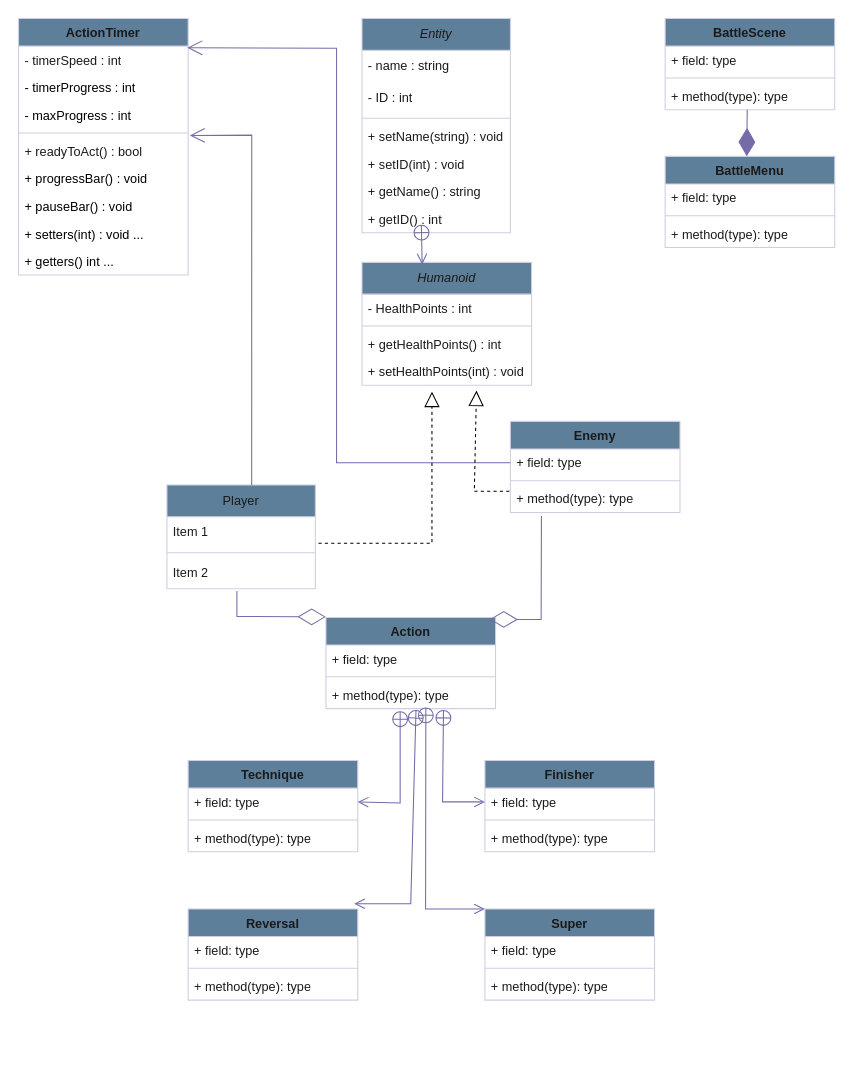
Above: Diagrams/Cerberus_Class_Diagram.drawio in Mickael723/Project-Cerberus (draw.io), before the change. Source tidied: cells renumbered, new cells numbered last; positions are measured from the earlier drawing's top-left corner, leaving out a move shared by most shapes. Both pictures are drawn from the tidied source at 106%, with x=0, y=0 at pixel (18, 18).
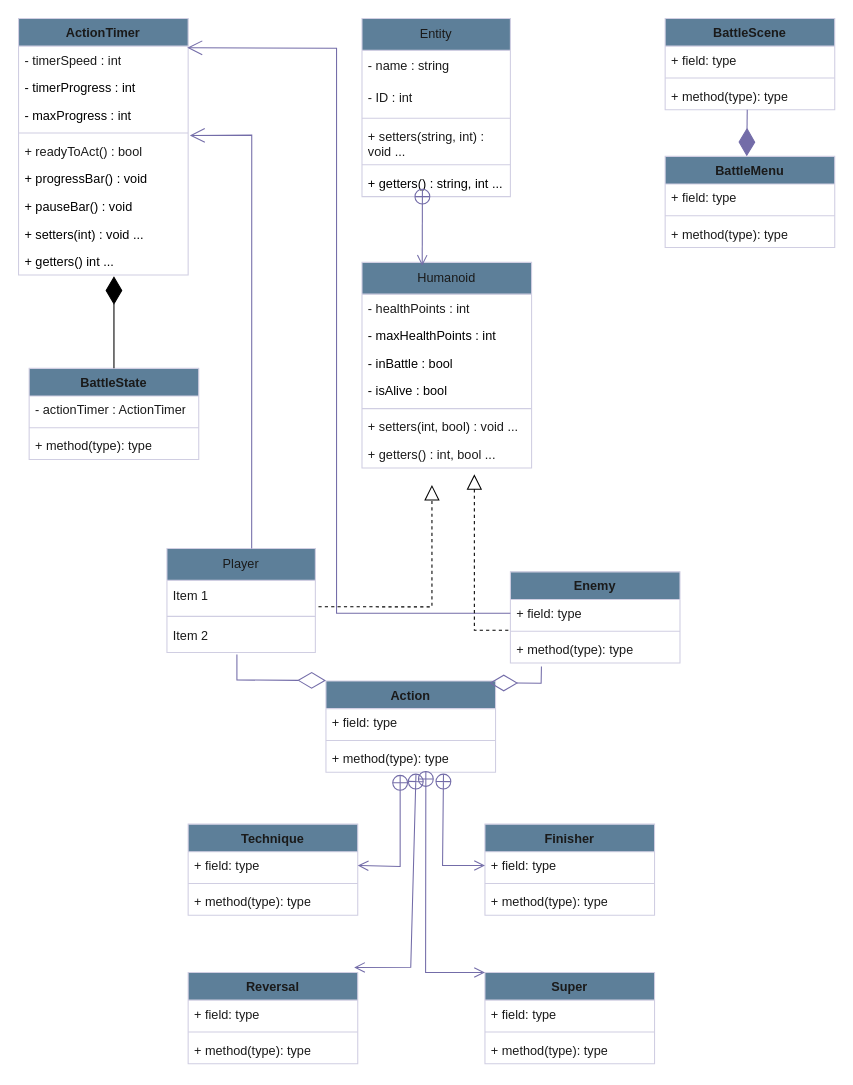
After the change.

Unchanged cells that the change refers to:
```xml
<mxCell id="16" value="Item 1" style="text;strokeColor=none;fillColor=none;align=left;verticalAlign=middle;spacingLeft=4;spacingRight=4;overflow=hidden;points=[[0,0.5],[1,0.5]];portConstraint=eastwest;whiteSpace=wrap;html=1;labelBackgroundColor=none;fontColor=#1A1A1A;" parent="15" vertex="1">
  <mxGeometry y="30" width="140" height="30" as="geometry" />
</mxCell>
<mxCell id="25" value="+ field: type" style="text;strokeColor=none;fillColor=none;align=left;verticalAlign=top;spacingLeft=4;spacingRight=4;overflow=hidden;points=[[0,0.5],[1,0.5]];portConstraint=eastwest;whiteSpace=wrap;html=1;fontColor=#1A1A1A;" parent="24" vertex="1">
  <mxGeometry y="26" width="160" height="26" as="geometry" />
</mxCell>
<mxCell id="27" value="+ method(type): type" style="text;strokeColor=none;fillColor=none;align=left;verticalAlign=top;spacingLeft=4;spacingRight=4;overflow=hidden;points=[[0,0.5],[1,0.5]];portConstraint=eastwest;whiteSpace=wrap;html=1;fontColor=#1A1A1A;" parent="24" vertex="1">
  <mxGeometry y="60" width="160" height="26" as="geometry" />
</mxCell>
<mxCell id="29" value="- timerSpeed : int&lt;div&gt;&lt;br&gt;&lt;/div&gt;" style="text;strokeColor=none;fillColor=none;align=left;verticalAlign=top;spacingLeft=4;spacingRight=4;overflow=hidden;points=[[0,0.5],[1,0.5]];portConstraint=eastwest;whiteSpace=wrap;html=1;fontColor=#1A1A1A;" parent="28" vertex="1">
  <mxGeometry y="26" width="160" height="26" as="geometry" />
</mxCell>
<mxCell id="41" value="+ method(type): type" style="text;strokeColor=none;fillColor=none;align=left;verticalAlign=top;spacingLeft=4;spacingRight=4;overflow=hidden;points=[[0,0.5],[1,0.5]];portConstraint=eastwest;whiteSpace=wrap;html=1;fontColor=#1A1A1A;" parent="38" vertex="1">
  <mxGeometry y="60" width="160" height="26" as="geometry" />
</mxCell>
<mxCell id="45" value="+ field: type" style="text;strokeColor=none;fillColor=none;align=left;verticalAlign=top;spacingLeft=4;spacingRight=4;overflow=hidden;points=[[0,0.5],[1,0.5]];portConstraint=eastwest;whiteSpace=wrap;html=1;fontColor=#1A1A1A;" parent="44" vertex="1">
  <mxGeometry y="26" width="160" height="26" as="geometry" />
</mxCell>
<mxCell id="49" value="+ field: type" style="text;strokeColor=none;fillColor=none;align=left;verticalAlign=top;spacingLeft=4;spacingRight=4;overflow=hidden;points=[[0,0.5],[1,0.5]];portConstraint=eastwest;whiteSpace=wrap;html=1;fontColor=#1A1A1A;" parent="48" vertex="1">
  <mxGeometry y="26" width="160" height="26" as="geometry" />
</mxCell>
```

Change to the diagram source:
```diff
@@
-    <mxCell id="2" value="&lt;i&gt;Entity&lt;/i&gt;" style="swimlane;fontStyle=0;horizontal=1;startSize=30;whiteSpace=wrap;html=1;labelBackgroundColor=none;fillColor=#5D7F99;strokeColor=#D0CEE2;fontColor=#1A1A1A;" parent="1" vertex="1">
-      <mxGeometry x="324" width="140" height="202" as="geometry" />
+    <mxCell id="2" value="Entity" style="swimlane;fontStyle=0;horizontal=1;startSize=30;whiteSpace=wrap;html=1;labelBackgroundColor=none;fillColor=#5D7F99;strokeColor=#D0CEE2;fontColor=#1A1A1A;" parent="1" vertex="1">
+      <mxGeometry x="324" width="140" height="168" as="geometry" />
     </mxCell>
@@
+    <mxCell id="73" style="line;strokeWidth=1;fillColor=none;align=left;verticalAlign=middle;spacingTop=-1;spacingLeft=3;spacingRight=3;labelPosition=right;strokeColor=inherit;" parent="2" vertex="1">
+      <mxGeometry y="90" width="140" height="8" as="geometry" />
+    </mxCell>
+    <mxCell id="6" value="+ setters(string, int) : void ..." style="text;strokeColor=none;fillColor=none;align=left;verticalAlign=top;spacingLeft=4;spacingRight=4;overflow=hidden;whiteSpace=wrap;html=1;labelBackgroundColor=none;fontColor=#1A1A1A;" parent="2" vertex="1">
+      <mxGeometry y="98" width="140" height="36" as="geometry" />
+    </mxCell>
     <mxCell id="5" style="line;strokeWidth=1;fillColor=none;align=left;verticalAlign=middle;spacingTop=-1;spacingLeft=3;spacingRight=3;labelPosition=right;strokeColor=inherit;fontColor=#1A1A1A;" parent="2" vertex="1">
-      <mxGeometry y="90" width="140" height="8" as="geometry" />
+      <mxGeometry y="134" width="140" height="8" as="geometry" />
     </mxCell>
-    <mxCell id="6" value="+ setName(string) : void" style="text;strokeColor=none;fillColor=none;align=left;verticalAlign=top;spacingLeft=4;spacingRight=4;overflow=hidden;whiteSpace=wrap;html=1;labelBackgroundColor=none;fontColor=#1A1A1A;" parent="2" vertex="1">
-      <mxGeometry y="98" width="140" height="26" as="geometry" />
-    </mxCell>
-    <mxCell id="7" value="+ setID(int) : void" style="text;strokeColor=none;fillColor=none;align=left;verticalAlign=top;spacingLeft=4;spacingRight=4;overflow=hidden;whiteSpace=wrap;html=1;labelBackgroundColor=none;fontColor=#1A1A1A;" parent="2" vertex="1">
-      <mxGeometry y="124" width="140" height="26" as="geometry" />
-    </mxCell>
-    <mxCell id="8" value="+ getName() : string" style="text;strokeColor=none;fillColor=none;align=left;verticalAlign=top;spacingLeft=4;spacingRight=4;overflow=hidden;whiteSpace=wrap;html=1;labelBackgroundColor=none;fontColor=#1A1A1A;" parent="2" vertex="1">
-      <mxGeometry y="150" width="140" height="26" as="geometry" />
-    </mxCell>
-    <mxCell id="9" value="+ getID() : int" style="text;strokeColor=none;fillColor=none;align=left;verticalAlign=top;spacingLeft=4;spacingRight=4;overflow=hidden;whiteSpace=wrap;html=1;labelBackgroundColor=none;fontColor=#1A1A1A;" parent="2" vertex="1">
-      <mxGeometry y="176" width="140" height="26" as="geometry" />
-    </mxCell>
+    <mxCell id="74" value="+ getters() : string, int ..." style="text;strokeColor=none;fillColor=none;align=left;verticalAlign=top;spacingLeft=4;spacingRight=4;overflow=hidden;whiteSpace=wrap;html=1;" parent="2" vertex="1">
+      <mxGeometry y="142" width="140" height="26" as="geometry" />
+    </mxCell>
-    <mxCell id="10" value="&lt;i&gt;Humanoid&lt;/i&gt;" style="swimlane;fontStyle=0;horizontal=1;startSize=30;whiteSpace=wrap;html=1;labelBackgroundColor=none;fillColor=#5D7F99;strokeColor=#D0CEE2;fontColor=#1A1A1A;" parent="1" vertex="1">
-      <mxGeometry x="324" y="230" width="160" height="116" as="geometry" />
+    <mxCell id="10" value="Humanoid" style="swimlane;fontStyle=0;horizontal=1;startSize=30;whiteSpace=wrap;html=1;labelBackgroundColor=none;fillColor=#5D7F99;strokeColor=#D0CEE2;fontColor=#1A1A1A;" parent="1" vertex="1">
+      <mxGeometry x="324" y="230" width="160" height="194" as="geometry" />
     </mxCell>
-    <mxCell id="11" value="- HealthPoints : int" style="text;strokeColor=none;fillColor=none;align=left;verticalAlign=top;spacingLeft=4;spacingRight=4;overflow=hidden;whiteSpace=wrap;html=1;labelBackgroundColor=none;fontColor=#1A1A1A;" parent="10" vertex="1">
+    <mxCell id="11" value="- healthPoints : int" style="text;strokeColor=none;fillColor=none;align=left;verticalAlign=top;spacingLeft=4;spacingRight=4;overflow=hidden;whiteSpace=wrap;html=1;labelBackgroundColor=none;fontColor=#1A1A1A;" parent="10" vertex="1">
       <mxGeometry y="30" width="160" height="26" as="geometry" />
     </mxCell>
+    <mxCell id="75" value="- maxHealthPoints : int" style="text;strokeColor=none;fillColor=none;align=left;verticalAlign=top;spacingLeft=4;spacingRight=4;overflow=hidden;whiteSpace=wrap;html=1;" parent="10" vertex="1">
+      <mxGeometry y="56" width="160" height="26" as="geometry" />
+    </mxCell>
+    <mxCell id="76" value="- inBattle : bool" style="text;strokeColor=none;fillColor=none;align=left;verticalAlign=top;spacingLeft=4;spacingRight=4;overflow=hidden;whiteSpace=wrap;html=1;" parent="10" vertex="1">
+      <mxGeometry y="82" width="160" height="26" as="geometry" />
+    </mxCell>
+    <mxCell id="77" value="- isAlive : bool" style="text;strokeColor=none;fillColor=none;align=left;verticalAlign=top;spacingLeft=4;spacingRight=4;overflow=hidden;whiteSpace=wrap;html=1;" parent="10" vertex="1">
+      <mxGeometry y="108" width="160" height="26" as="geometry" />
+    </mxCell>
     <mxCell id="12" style="line;strokeWidth=1;fillColor=none;align=left;verticalAlign=middle;spacingTop=-1;spacingLeft=3;spacingRight=3;labelPosition=right;strokeColor=inherit;fontColor=#1A1A1A;" parent="10" vertex="1">
-      <mxGeometry y="56" width="160" height="8" as="geometry" />
+      <mxGeometry y="134" width="160" height="8" as="geometry" />
     </mxCell>
-    <mxCell id="13" value="+ getHealthPoints() : int" style="text;strokeColor=none;fillColor=none;align=left;verticalAlign=top;spacingLeft=4;spacingRight=4;overflow=hidden;whiteSpace=wrap;html=1;labelBackgroundColor=none;fontColor=#1A1A1A;" parent="10" vertex="1">
-      <mxGeometry y="64" width="160" height="26" as="geometry" />
+    <mxCell id="13" value="+ setters(int, bool) : void ..." style="text;strokeColor=none;fillColor=none;align=left;verticalAlign=top;spacingLeft=4;spacingRight=4;overflow=hidden;whiteSpace=wrap;html=1;labelBackgroundColor=none;fontColor=#1A1A1A;" parent="10" vertex="1">
+      <mxGeometry y="142" width="160" height="26" as="geometry" />
     </mxCell>
-    <mxCell id="14" value="+ setHealthPoints(int) : void" style="text;strokeColor=none;fillColor=none;align=left;verticalAlign=top;spacingLeft=4;spacingRight=4;overflow=hidden;points=[[0,0.5],[1,0.5]];portConstraint=eastwest;whiteSpace=wrap;html=1;labelBackgroundColor=none;fontColor=#1A1A1A;" parent="10" vertex="1">
-      <mxGeometry y="90" width="160" height="26" as="geometry" />
+    <mxCell id="14" value="+ getters() : int, bool ..." style="text;strokeColor=none;fillColor=none;align=left;verticalAlign=top;spacingLeft=4;spacingRight=4;overflow=hidden;points=[[0,0.5],[1,0.5]];portConstraint=eastwest;whiteSpace=wrap;html=1;labelBackgroundColor=none;fontColor=#1A1A1A;" parent="10" vertex="1">
+      <mxGeometry y="168" width="160" height="26" as="geometry" />
     </mxCell>
     <mxCell id="15" value="Player" style="swimlane;fontStyle=0;horizontal=1;startSize=30;whiteSpace=wrap;html=1;labelBackgroundColor=none;fillColor=#5D7F99;strokeColor=#D0CEE2;fontColor=#1A1A1A;" parent="1" vertex="1">
-      <mxGeometry x="140" y="440" width="140" height="98" as="geometry" />
+      <mxGeometry x="140" y="500" width="140" height="98" as="geometry" />
     </mxCell>
@@
     <mxCell id="19" style="endArrow=open;startArrow=circlePlus;endFill=0;startFill=0;endSize=8;html=1;rounded=0;strokeColor=#736CA8;fontColor=#1A1A1A;entryX=0.355;entryY=0.017;entryDx=0;entryDy=0;entryPerimeter=0;" parent="1" edge="1" target="10">
       <mxGeometry relative="1" as="geometry">
-        <mxPoint x="380" y="194" as="sourcePoint" />
+        <mxPoint x="381" y="160" as="sourcePoint" />
       </mxGeometry>
     </mxCell>
@@
     <mxCell id="24" value="Enemy" style="swimlane;fontStyle=1;align=center;verticalAlign=top;horizontal=1;startSize=26;whiteSpace=wrap;html=1;strokeColor=#D0CEE2;fontColor=#1A1A1A;fillColor=#5D7F99;" parent="1" vertex="1">
-      <mxGeometry x="464" y="380" width="160" height="86" as="geometry" />
+      <mxGeometry x="464" y="522" width="160" height="86" as="geometry" />
     </mxCell>
@@
     <mxCell id="38" value="Action" style="swimlane;fontStyle=1;align=center;verticalAlign=top;horizontal=1;startSize=26;whiteSpace=wrap;html=1;strokeColor=#D0CEE2;fontColor=#1A1A1A;fillColor=#5D7F99;" parent="1" vertex="1">
-      <mxGeometry x="290" y="565" width="160" height="86" as="geometry" />
+      <mxGeometry x="290" y="625" width="160" height="86" as="geometry" />
     </mxCell>
@@
     <mxCell id="42" style="endArrow=diamondThin;endFill=0;endSize=24;html=1;rounded=0;strokeColor=#736CA8;fontColor=#1A1A1A;entryX=0;entryY=0;entryDx=0;entryDy=0;" parent="1" edge="1">
       <mxGeometry relative="1" as="geometry">
-        <mxPoint x="206" y="540" as="sourcePoint" />
-        <mxPoint x="290" y="564.5" as="targetPoint" />
+        <mxPoint x="206" y="600" as="sourcePoint" />
+        <mxPoint x="290" y="624.5" as="targetPoint" />
         <Array as="points">
-          <mxPoint x="206" y="564" />
+          <mxPoint x="206" y="624" />
         </Array>
       </mxGeometry>
     </mxCell>
     <mxCell id="43" style="endArrow=diamondThin;endFill=0;endSize=24;html=1;rounded=0;strokeColor=#736CA8;fontColor=#1A1A1A;exitX=0.183;exitY=1.128;exitDx=0;exitDy=0;exitPerimeter=0;entryX=0.964;entryY=0.021;entryDx=0;entryDy=0;entryPerimeter=0;" parent="1" edge="1" source="27" target="38">
       <mxGeometry relative="1" as="geometry">
         <Array as="points">
-          <mxPoint x="493" y="567" />
+          <mxPoint x="493" y="627" />
         </Array>
       </mxGeometry>
     </mxCell>
     <mxCell id="44" value="Technique" style="swimlane;fontStyle=1;align=center;verticalAlign=top;horizontal=1;startSize=26;whiteSpace=wrap;html=1;strokeColor=#D0CEE2;fontColor=#1A1A1A;fillColor=#5D7F99;" parent="1" vertex="1">
-      <mxGeometry x="160" y="700" width="160" height="86" as="geometry" />
+      <mxGeometry x="160" y="760" width="160" height="86" as="geometry" />
     </mxCell>
@@
     <mxCell id="48" value="Finisher" style="swimlane;fontStyle=1;align=center;verticalAlign=top;horizontal=1;startSize=26;whiteSpace=wrap;html=1;strokeColor=#D0CEE2;fontColor=#1A1A1A;fillColor=#5D7F99;" parent="1" vertex="1">
-      <mxGeometry x="440" y="700" width="160" height="86" as="geometry" />
+      <mxGeometry x="440" y="760" width="160" height="86" as="geometry" />
     </mxCell>
@@
     <mxCell id="52" value="Reversal" style="swimlane;fontStyle=1;align=center;verticalAlign=top;horizontal=1;startSize=26;whiteSpace=wrap;html=1;strokeColor=#D0CEE2;fontColor=#1A1A1A;fillColor=#5D7F99;" parent="1" vertex="1">
-      <mxGeometry x="160" y="840" width="160" height="86" as="geometry" />
+      <mxGeometry x="160" y="900" width="160" height="86" as="geometry" />
     </mxCell>
@@
     <mxCell id="56" value="Super" style="swimlane;fontStyle=1;align=center;verticalAlign=top;horizontal=1;startSize=26;whiteSpace=wrap;html=1;strokeColor=#D0CEE2;fontColor=#1A1A1A;fillColor=#5D7F99;" parent="1" vertex="1">
-      <mxGeometry x="440" y="840" width="160" height="86" as="geometry" />
+      <mxGeometry x="440" y="900" width="160" height="86" as="geometry" />
     </mxCell>
@@
     <mxCell id="60" style="endArrow=open;startArrow=circlePlus;endFill=0;startFill=0;endSize=8;html=1;rounded=0;strokeColor=#736CA8;fontColor=#1A1A1A;entryX=1;entryY=0.5;entryDx=0;entryDy=0;" parent="1" edge="1" target="45">
       <mxGeometry relative="1" as="geometry">
-        <mxPoint x="360" y="653" as="sourcePoint" />
+        <mxPoint x="360" y="713" as="sourcePoint" />
         <Array as="points">
-          <mxPoint x="360" y="740" />
+          <mxPoint x="360" y="800" />
         </Array>
       </mxGeometry>
     </mxCell>
     <mxCell id="61" style="endArrow=open;startArrow=circlePlus;endFill=0;startFill=0;endSize=8;html=1;rounded=0;strokeColor=#736CA8;fontColor=#1A1A1A;exitX=0.693;exitY=1.032;exitDx=0;exitDy=0;exitPerimeter=0;entryX=0;entryY=0.5;entryDx=0;entryDy=0;" parent="1" edge="1" source="41" target="49">
       <mxGeometry relative="1" as="geometry">
         <Array as="points">
-          <mxPoint x="400" y="739" />
+          <mxPoint x="400" y="799" />
         </Array>
       </mxGeometry>
     </mxCell>
     <mxCell id="62" style="endArrow=open;startArrow=circlePlus;endFill=0;startFill=0;endSize=8;html=1;rounded=0;strokeColor=#736CA8;fontColor=#1A1A1A;exitX=0.531;exitY=1.032;exitDx=0;exitDy=0;exitPerimeter=0;entryX=0.979;entryY=-0.056;entryDx=0;entryDy=0;entryPerimeter=0;" parent="1" edge="1" source="41" target="52">
       <mxGeometry relative="1" as="geometry">
         <Array as="points">
-          <mxPoint x="370" y="835" />
+          <mxPoint x="370" y="895" />
         </Array>
       </mxGeometry>
     </mxCell>
     <mxCell id="63" style="endArrow=open;startArrow=circlePlus;endFill=0;startFill=0;endSize=8;html=1;rounded=0;strokeColor=#736CA8;fontColor=#1A1A1A;exitX=0.589;exitY=0.936;exitDx=0;exitDy=0;exitPerimeter=0;entryX=0;entryY=0;entryDx=0;entryDy=0;" parent="1" edge="1" source="41" target="56">
       <mxGeometry relative="1" as="geometry">
         <Array as="points">
-          <mxPoint x="384" y="840" />
+          <mxPoint x="384" y="900" />
         </Array>
       </mxGeometry>
     </mxCell>
@@
     <mxCell id="70" style="endArrow=open;endFill=1;endSize=12;html=1;rounded=0;strokeColor=#736CA8;fontColor=#1A1A1A;exitX=0;exitY=0.5;exitDx=0;exitDy=0;entryX=0.995;entryY=0.058;entryDx=0;entryDy=0;entryPerimeter=0;" parent="1" edge="1" source="25" target="29">
       <mxGeometry relative="1" as="geometry">
         <Array as="points">
-          <mxPoint x="300" y="419" />
+          <mxPoint x="300" y="561" />
           <mxPoint x="300" y="28" />
         </Array>
       </mxGeometry>
     </mxCell>
     <mxCell id="71" style="endArrow=block;dashed=1;endFill=0;endSize=12;html=1;rounded=0;exitX=1.021;exitY=0.833;exitDx=0;exitDy=0;exitPerimeter=0;" parent="1" edge="1" source="16">
       <mxGeometry relative="1" as="geometry">
-        <mxPoint x="390" y="352" as="targetPoint" />
+        <mxPoint x="390" y="440" as="targetPoint" />
         <Array as="points">
-          <mxPoint x="390" y="495" />
+          <mxPoint x="390" y="555" />
         </Array>
       </mxGeometry>
     </mxCell>
-    <mxCell id="72" style="endArrow=block;dashed=1;endFill=0;endSize=12;html=1;rounded=0;entryX=0.675;entryY=1.192;entryDx=0;entryDy=0;entryPerimeter=0;exitX=-0.006;exitY=0.231;exitDx=0;exitDy=0;exitPerimeter=0;" parent="1" edge="1" source="27" target="14">
-      <mxGeometry relative="1" as="geometry">
-        <Array as="points">
-          <mxPoint x="430" y="446" />
-        </Array>
-      </mxGeometry>
-    </mxCell>
+    <mxCell id="78" style="endArrow=block;dashed=1;endFill=0;endSize=12;html=1;rounded=0;exitX=-0.012;exitY=1.115;exitDx=0;exitDy=0;exitPerimeter=0;" parent="1" edge="1" source="25">
+      <mxGeometry relative="1" as="geometry">
+        <mxPoint x="430" y="430" as="targetPoint" />
+        <Array as="points">
+          <mxPoint x="430" y="577" />
+        </Array>
+      </mxGeometry>
+    </mxCell>
+    <mxCell id="79" value="BattleState" style="swimlane;fontStyle=1;align=center;verticalAlign=top;horizontal=1;startSize=26;whiteSpace=wrap;html=1;strokeColor=#D0CEE2;fontColor=#1A1A1A;fillColor=#5D7F99;" parent="1" vertex="1">
+      <mxGeometry x="10" y="330" width="160" height="86" as="geometry" />
+    </mxCell>
+    <mxCell id="80" value="- actionTimer : ActionTimer" style="text;strokeColor=none;fillColor=none;align=left;verticalAlign=top;spacingLeft=4;spacingRight=4;overflow=hidden;whiteSpace=wrap;html=1;fontColor=#1A1A1A;" parent="79" vertex="1">
+      <mxGeometry y="26" width="160" height="26" as="geometry" />
+    </mxCell>
+    <mxCell id="81" style="line;strokeWidth=1;fillColor=none;align=left;verticalAlign=middle;spacingTop=-1;spacingLeft=3;spacingRight=3;labelPosition=right;strokeColor=inherit;fontColor=#1A1A1A;" parent="79" vertex="1">
+      <mxGeometry y="52" width="160" height="8" as="geometry" />
+    </mxCell>
+    <mxCell id="82" value="+ method(type): type" style="text;strokeColor=none;fillColor=none;align=left;verticalAlign=top;spacingLeft=4;spacingRight=4;overflow=hidden;whiteSpace=wrap;html=1;fontColor=#1A1A1A;" parent="79" vertex="1">
+      <mxGeometry y="60" width="160" height="26" as="geometry" />
+    </mxCell>
+    <mxCell id="83" style="endArrow=diamondThin;endFill=1;endSize=24;html=1;rounded=0;exitX=0.5;exitY=0;exitDx=0;exitDy=0;" parent="1" edge="1" source="79">
+      <mxGeometry relative="1" as="geometry">
+        <mxPoint x="90" y="243" as="targetPoint" />
+      </mxGeometry>
+    </mxCell>
```
